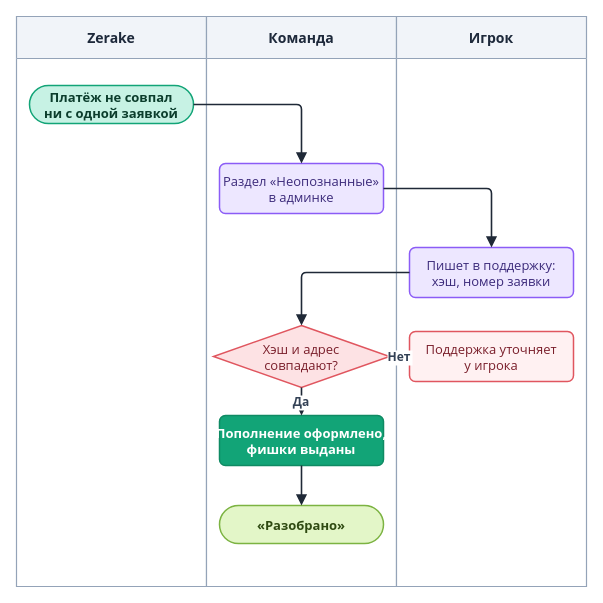
Before: diagrams/drawio/unmatched.drawio in LILSUFFER/zerake-docs, a draw.io diagram. Source tidied: cells renumbered, new cells numbered last; positions are measured from the earlier drawing's top-left corner, leaving out a move shared by most shapes. Both pictures are drawn from the tidied source at 100%, with x=0, y=0 at pixel (16, 16).
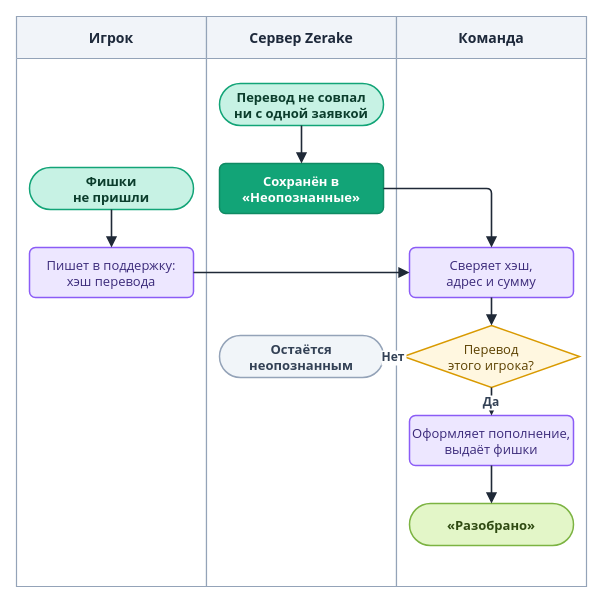
Above is the later version.

The edit, as a diff of the source:
```diff
@@
-    <mxCell id="2" value="Zerake" style="swimlane;horizontal=1;startSize=42;fillColor=#F1F4F9;swimlaneFillColor=#FFFFFF;strokeColor=#94A3B8;fontColor=#1E293B;fontStyle=1;fontSize=14;fontFamily=Segoe UI;strokeWidth=1.2;" parent="1" vertex="1">
+    <mxCell id="2" value="Игрок" style="swimlane;horizontal=1;startSize=42;fillColor=#F1F4F9;swimlaneFillColor=#FFFFFF;strokeColor=#94A3B8;fontColor=#1E293B;fontStyle=1;fontSize=14;fontFamily=Segoe UI;strokeWidth=1.2;" parent="1" vertex="1">
       <mxGeometry width="190" height="570" as="geometry" />
     </mxCell>
-    <mxCell id="3" value="Команда" style="swimlane;horizontal=1;startSize=42;fillColor=#F1F4F9;swimlaneFillColor=#FFFFFF;strokeColor=#94A3B8;fontColor=#1E293B;fontStyle=1;fontSize=14;fontFamily=Segoe UI;strokeWidth=1.2;" parent="1" vertex="1">
+    <mxCell id="3" value="Сервер Zerake" style="swimlane;horizontal=1;startSize=42;fillColor=#F1F4F9;swimlaneFillColor=#FFFFFF;strokeColor=#94A3B8;fontColor=#1E293B;fontStyle=1;fontSize=14;fontFamily=Segoe UI;strokeWidth=1.2;" parent="1" vertex="1">
       <mxGeometry x="190" width="190" height="570" as="geometry" />
     </mxCell>
-    <mxCell id="4" value="Игрок" style="swimlane;horizontal=1;startSize=42;fillColor=#F1F4F9;swimlaneFillColor=#FFFFFF;strokeColor=#94A3B8;fontColor=#1E293B;fontStyle=1;fontSize=14;fontFamily=Segoe UI;strokeWidth=1.2;" parent="1" vertex="1">
+    <mxCell id="4" value="Команда" style="swimlane;horizontal=1;startSize=42;fillColor=#F1F4F9;swimlaneFillColor=#FFFFFF;strokeColor=#94A3B8;fontColor=#1E293B;fontStyle=1;fontSize=14;fontFamily=Segoe UI;strokeWidth=1.2;" parent="1" vertex="1">
       <mxGeometry x="380" width="190" height="570" as="geometry" />
     </mxCell>
-    <mxCell id="5" value="Платёж не совпал&#10;ни с одной заявкой" style="rounded=1;arcSize=50;html=0;fillColor=#C7F2E4;strokeColor=#12A477;fontColor=#0B3D2C;fontStyle=1;fontFamily=Segoe UI;fontSize=13;strokeWidth=1.5;" parent="1" vertex="1">
-      <mxGeometry x="13" y="69" width="164" height="38" as="geometry" />
+    <mxCell id="5" value="Перевод не совпал&#10;ни с одной заявкой" style="rounded=1;arcSize=50;html=0;fontStyle=1;fillColor=#C7F2E4;strokeColor=#12A477;fontColor=#0B3D2C;fontFamily=Segoe UI;fontSize=13;strokeWidth=1.5;" parent="1" vertex="1">
+      <mxGeometry x="203" y="67" width="164" height="42" as="geometry" />
     </mxCell>
+    <mxCell id="18" value="Фишки&#10;не пришли" style="rounded=1;arcSize=50;html=0;fontStyle=1;fillColor=#C7F2E4;strokeColor=#12A477;fontColor=#0B3D2C;fontFamily=Segoe UI;fontSize=13;strokeWidth=1.5;" parent="1" vertex="1">
+      <mxGeometry x="13" y="151" width="164" height="42" as="geometry" />
+    </mxCell>
-    <mxCell id="6" value="Раздел «Неопознанные»&#10;в админке" style="rounded=1;arcSize=12;html=0;fillColor=#EDE7FF;strokeColor=#8B5CF6;fontColor=#3B2A7A;fontFamily=Segoe UI;fontSize=13;strokeWidth=1.5;" parent="1" vertex="1">
+    <mxCell id="6" value="Сохранён в&#10;«Неопознанные»" style="rounded=1;arcSize=12;html=0;fillColor=#12A477;strokeColor=#0F8A63;fontColor=#FFFFFF;fontStyle=1;fontFamily=Segoe UI;fontSize=13;strokeWidth=1.5;" parent="1" vertex="1">
       <mxGeometry x="203" y="147" width="164" height="50" as="geometry" />
     </mxCell>
-    <mxCell id="7" value="Пишет в поддержку:&#10;хэш, номер заявки" style="rounded=1;arcSize=12;html=0;fillColor=#EDE7FF;strokeColor=#8B5CF6;fontColor=#3B2A7A;fontFamily=Segoe UI;fontSize=13;strokeWidth=1.5;" parent="1" vertex="1">
-      <mxGeometry x="393" y="231" width="164" height="50" as="geometry" />
+    <mxCell id="7" value="Пишет в поддержку:&#10;хэш перевода" style="rounded=1;arcSize=12;html=0;fillColor=#EDE7FF;strokeColor=#8B5CF6;fontColor=#3B2A7A;fontFamily=Segoe UI;fontSize=13;strokeWidth=1.5;" parent="1" vertex="1">
+      <mxGeometry x="13" y="231" width="164" height="50" as="geometry" />
     </mxCell>
-    <mxCell id="8" value="Хэш и адрес&#10;совпадают?" style="rhombus;html=0;fillColor=#FDE2E4;strokeColor=#E0565F;fontColor=#7A1F2B;fontFamily=Segoe UI;fontSize=13;strokeWidth=1.5;" parent="1" vertex="1">
-      <mxGeometry x="197" y="309" width="176" height="62" as="geometry" />
-    </mxCell>
-    <mxCell id="9" value="Поддержка уточняет&#10;у игрока" style="rounded=1;arcSize=12;html=0;fillColor=#FFF1F2;strokeColor=#E0565F;fontColor=#7A1F2B;fontFamily=Segoe UI;fontSize=13;strokeWidth=1.5;" parent="1" vertex="1">
-      <mxGeometry x="393" y="315" width="164" height="50" as="geometry" />
-    </mxCell>
+    <mxCell id="19" value="Сверяет хэш,&#10;адрес и сумму" style="rounded=1;arcSize=12;html=0;fillColor=#EDE7FF;strokeColor=#8B5CF6;fontColor=#3B2A7A;fontFamily=Segoe UI;fontSize=13;strokeWidth=1.5;" parent="1" vertex="1">
+      <mxGeometry x="393" y="231" width="164" height="50" as="geometry" />
+    </mxCell>
-    <mxCell id="10" value="Пополнение оформлено,&#10;фишки выданы" style="rounded=1;arcSize=12;html=0;fillColor=#12A477;strokeColor=#0F8A63;fontColor=#FFFFFF;fontStyle=1;fontFamily=Segoe UI;fontSize=13;strokeWidth=1.5;" parent="1" vertex="1">
-      <mxGeometry x="203" y="399" width="164" height="50" as="geometry" />
+    <mxCell id="10" value="Перевод&#10;этого игрока?" style="rhombus;html=0;fillColor=#FFF7E0;strokeColor=#D99A00;fontColor=#5C4100;fontFamily=Segoe UI;fontSize=13;strokeWidth=1.5;" parent="1" vertex="1">
+      <mxGeometry x="387" y="309" width="176" height="62" as="geometry" />
     </mxCell>
+    <mxCell id="20" value="Остаётся&#10;неопознанным" style="rounded=1;arcSize=50;html=0;fontStyle=1;fillColor=#F1F5F9;strokeColor=#94A3B8;fontColor=#334155;fontFamily=Segoe UI;fontSize=13;strokeWidth=1.5;" parent="1" vertex="1">
+      <mxGeometry x="203" y="319" width="164" height="42" as="geometry" />
+    </mxCell>
+    <mxCell id="21" value="Оформляет пополнение,&#10;выдаёт фишки" style="rounded=1;arcSize=12;html=0;fillColor=#EDE7FF;strokeColor=#8B5CF6;fontColor=#3B2A7A;fontFamily=Segoe UI;fontSize=13;strokeWidth=1.5;" parent="1" vertex="1">
+      <mxGeometry x="393" y="399" width="164" height="50" as="geometry" />
+    </mxCell>
-    <mxCell id="11" value="«Разобрано»" style="rounded=1;arcSize=50;html=0;fillColor=#E3F6C8;strokeColor=#7CB342;fontColor=#2F4A12;fontStyle=1;fontFamily=Segoe UI;fontSize=13;strokeWidth=1.5;" parent="1" vertex="1">
-      <mxGeometry x="203" y="489" width="164" height="38" as="geometry" />
+    <mxCell id="11" value="«Разобрано»" style="rounded=1;arcSize=50;html=0;fontStyle=1;fillColor=#E3F6C8;strokeColor=#7CB342;fontColor=#2F4A12;fontFamily=Segoe UI;fontSize=13;strokeWidth=1.5;" parent="1" vertex="1">
+      <mxGeometry x="393" y="487" width="164" height="42" as="geometry" />
     </mxCell>
@@
-    <mxCell id="13" style="edgeStyle=orthogonalEdgeStyle;rounded=1;arcSize=10;jettySize=auto;html=0;strokeColor=#1F2937;strokeWidth=1.6;endArrow=block;endFill=1;endSize=7;fontFamily=Segoe UI;fontSize=12;fontStyle=1;fontColor=#334155;labelBackgroundColor=#FFFFFF;" parent="1" edge="1" source="6" target="7">
+    <mxCell id="13" style="edgeStyle=orthogonalEdgeStyle;rounded=1;arcSize=10;jettySize=auto;html=0;strokeColor=#1F2937;strokeWidth=1.6;endArrow=block;endFill=1;endSize=7;fontFamily=Segoe UI;fontSize=12;fontStyle=1;fontColor=#334155;labelBackgroundColor=#FFFFFF;exitX=1;exitY=0.5;entryX=0.5;entryY=0;" parent="1" edge="1" source="6" target="19">
       <mxGeometry relative="1" as="geometry" />
     </mxCell>
-    <mxCell id="14" style="edgeStyle=orthogonalEdgeStyle;rounded=1;arcSize=10;jettySize=auto;html=0;strokeColor=#1F2937;strokeWidth=1.6;endArrow=block;endFill=1;endSize=7;fontFamily=Segoe UI;fontSize=12;fontStyle=1;fontColor=#334155;labelBackgroundColor=#FFFFFF;" parent="1" edge="1" source="7" target="8">
+    <mxCell id="14" style="edgeStyle=orthogonalEdgeStyle;rounded=1;arcSize=10;jettySize=auto;html=0;strokeColor=#1F2937;strokeWidth=1.6;endArrow=block;endFill=1;endSize=7;fontFamily=Segoe UI;fontSize=12;fontStyle=1;fontColor=#334155;labelBackgroundColor=#FFFFFF;" parent="1" edge="1" source="18" target="7">
       <mxGeometry relative="1" as="geometry" />
     </mxCell>
-    <mxCell id="15" value="Нет" style="edgeStyle=orthogonalEdgeStyle;rounded=1;arcSize=10;jettySize=auto;html=0;strokeColor=#1F2937;strokeWidth=1.6;endArrow=block;endFill=1;endSize=7;fontFamily=Segoe UI;fontSize=12;fontStyle=1;fontColor=#334155;labelBackgroundColor=#FFFFFF;" parent="1" edge="1" source="8" target="9">
+    <mxCell id="15" style="edgeStyle=orthogonalEdgeStyle;rounded=1;arcSize=10;jettySize=auto;html=0;strokeColor=#1F2937;strokeWidth=1.6;endArrow=block;endFill=1;endSize=7;fontFamily=Segoe UI;fontSize=12;fontStyle=1;fontColor=#334155;labelBackgroundColor=#FFFFFF;" parent="1" edge="1" source="7" target="19">
       <mxGeometry relative="1" as="geometry" />
     </mxCell>
-    <mxCell id="16" value="Да" style="edgeStyle=orthogonalEdgeStyle;rounded=1;arcSize=10;jettySize=auto;html=0;strokeColor=#1F2937;strokeWidth=1.6;endArrow=block;endFill=1;endSize=7;fontFamily=Segoe UI;fontSize=12;fontStyle=1;fontColor=#334155;labelBackgroundColor=#FFFFFF;" parent="1" edge="1" source="8" target="10">
+    <mxCell id="16" style="edgeStyle=orthogonalEdgeStyle;rounded=1;arcSize=10;jettySize=auto;html=0;strokeColor=#1F2937;strokeWidth=1.6;endArrow=block;endFill=1;endSize=7;fontFamily=Segoe UI;fontSize=12;fontStyle=1;fontColor=#334155;labelBackgroundColor=#FFFFFF;" parent="1" edge="1" source="19" target="10">
       <mxGeometry relative="1" as="geometry" />
     </mxCell>
-    <mxCell id="17" style="edgeStyle=orthogonalEdgeStyle;rounded=1;arcSize=10;jettySize=auto;html=0;strokeColor=#1F2937;strokeWidth=1.6;endArrow=block;endFill=1;endSize=7;fontFamily=Segoe UI;fontSize=12;fontStyle=1;fontColor=#334155;labelBackgroundColor=#FFFFFF;" parent="1" edge="1" source="10" target="11">
+    <mxCell id="17" value="Нет" style="edgeStyle=orthogonalEdgeStyle;rounded=1;arcSize=10;jettySize=auto;html=0;strokeColor=#1F2937;strokeWidth=1.6;endArrow=block;endFill=1;endSize=7;fontFamily=Segoe UI;fontSize=12;fontStyle=1;fontColor=#334155;labelBackgroundColor=#FFFFFF;" parent="1" edge="1" source="10" target="20">
       <mxGeometry relative="1" as="geometry" />
     </mxCell>
+    <mxCell id="22" value="Да" style="edgeStyle=orthogonalEdgeStyle;rounded=1;arcSize=10;jettySize=auto;html=0;strokeColor=#1F2937;strokeWidth=1.6;endArrow=block;endFill=1;endSize=7;fontFamily=Segoe UI;fontSize=12;fontStyle=1;fontColor=#334155;labelBackgroundColor=#FFFFFF;" parent="1" edge="1" source="10" target="21">
+      <mxGeometry relative="1" as="geometry" />
+    </mxCell>
+    <mxCell id="23" style="edgeStyle=orthogonalEdgeStyle;rounded=1;arcSize=10;jettySize=auto;html=0;strokeColor=#1F2937;strokeWidth=1.6;endArrow=block;endFill=1;endSize=7;fontFamily=Segoe UI;fontSize=12;fontStyle=1;fontColor=#334155;labelBackgroundColor=#FFFFFF;" parent="1" edge="1" source="21" target="11">
+      <mxGeometry relative="1" as="geometry" />
+    </mxCell>
```
